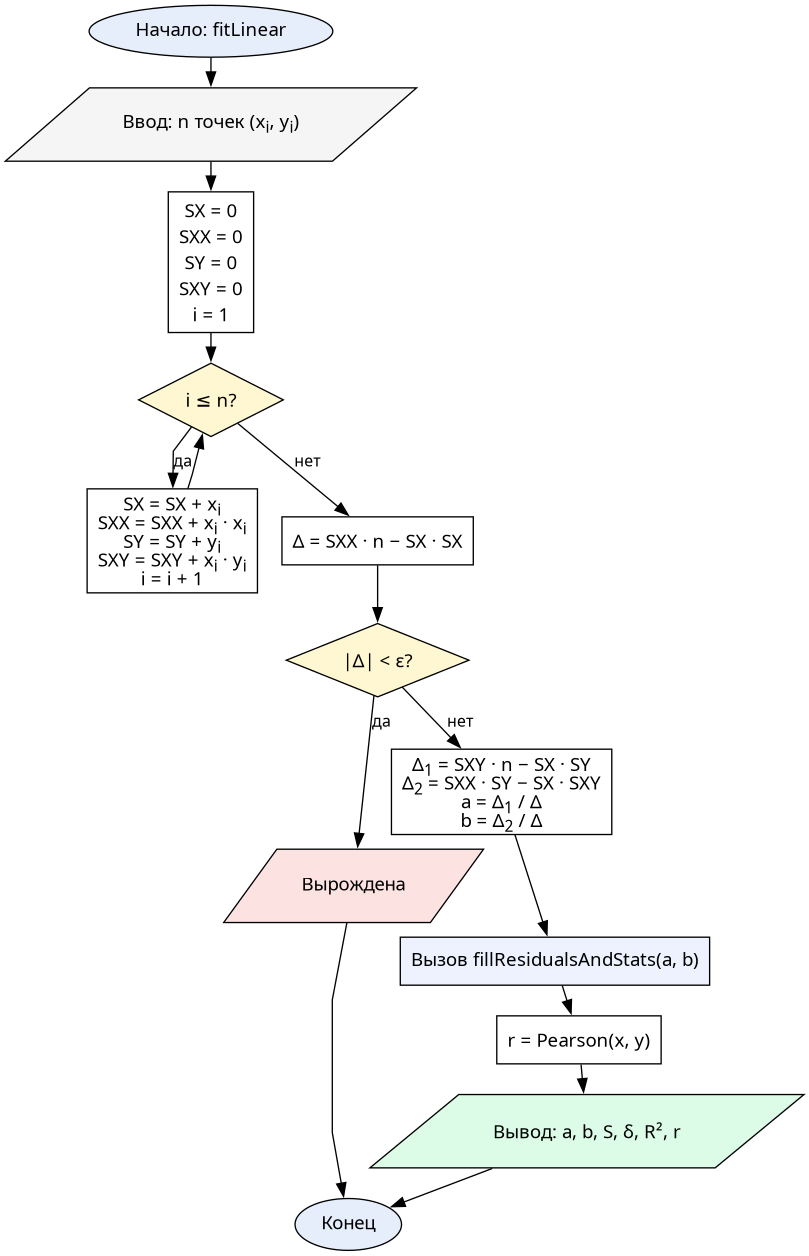
Earlier version of the Graphviz export reports/resources/flowcharts/ls_linear.png (Oriptal/calc-math-lab2). Its source is kept beside it as reports/resources/flowcharts/ls_linear.dot.
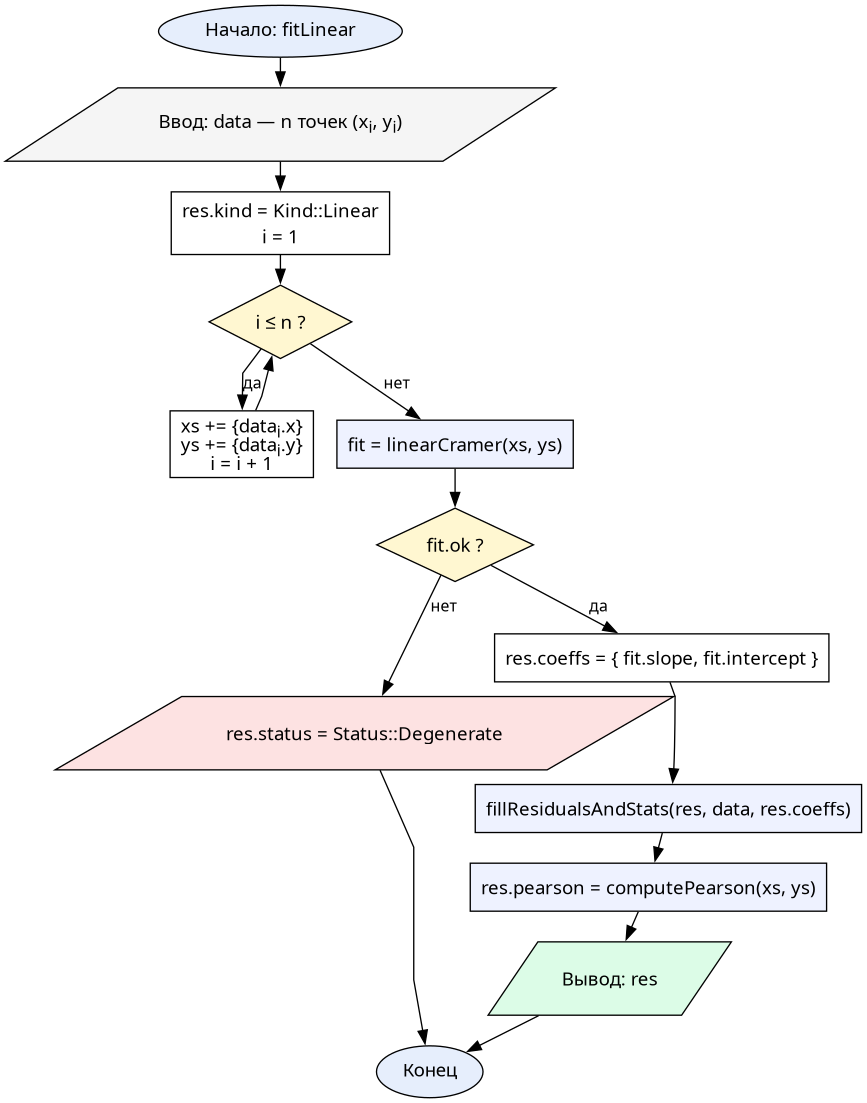
The same diagram one commit later.

The edit, as a diff of the source:
```diff
@@ -4,26 +4,28 @@
   edge  [fontname="CMU Serif", fontsize=12, color="#000000"]
 
   start  [label="Начало: fitLinear", shape=oval, fillcolor="#e6eefc"]
-  input  [label=<Ввод: n точек (x<SUB>i</SUB>, y<SUB>i</SUB>)>, shape=parallelogram, fillcolor="#f5f5f5"]
-  zero   [label=<SX = 0<BR/>SXX = 0<BR/>SY = 0<BR/>SXY = 0<BR/>i = 1>, shape=box]
-  loop   [label=<i ≤ n?>, shape=diamond, fillcolor="#fff7d1"]
-  body   [label=<SX = SX + x<SUB>i</SUB><BR/>SXX = SXX + x<SUB>i</SUB> · x<SUB>i</SUB><BR/>SY = SY + y<SUB>i</SUB><BR/>SXY = SXY + x<SUB>i</SUB> · y<SUB>i</SUB><BR/>i = i + 1>, shape=box]
-  det    [label=<Δ = SXX · n − SX · SX>, shape=box]
-  check  [label=<|Δ| &lt; ε?>, shape=diamond, fillcolor="#fff7d1"]
-  degen  [label="Вырождена", shape=parallelogram, fillcolor="#fde2e2"]
-  cramer [label=<Δ<SUB>1</SUB> = SXY · n − SX · SY<BR/>Δ<SUB>2</SUB> = SXX · SY − SX · SXY<BR/>a = Δ<SUB>1</SUB> / Δ<BR/>b = Δ<SUB>2</SUB> / Δ>, shape=box]
-  stats  [label="Вызов fillResidualsAndStats(a, b)", shape=box, fillcolor="#eef2ff"]
-  pear   [label=<r = Pearson(x, y)>, shape=box]
-  output [label=<Вывод: a, b, S, δ, R², r>, shape=parallelogram, fillcolor="#dcfce7"]
+  input  [label=<Ввод: data — n точек (x<SUB>i</SUB>, y<SUB>i</SUB>)>, shape=parallelogram, fillcolor="#f5f5f5"]
+  initRes [label=<res.kind = Kind::Linear<BR/>i = 1>, shape=box]
+  chkLoop [label=<i ≤ n ?>, shape=diamond, fillcolor="#fff7d1"]
+  copy    [label=<xs += {data<SUB>i</SUB>.x}<BR/>ys += {data<SUB>i</SUB>.y}<BR/>i = i + 1>, shape=box]
+
+  reg    [label=<fit = linearCramer(xs, ys)>, shape=box, fillcolor="#eef2ff"]
+  chkOk  [label=<fit.ok ?>, shape=diamond, fillcolor="#fff7d1"]
+  degen  [label=<res.status = Status::Degenerate>, shape=parallelogram, fillcolor="#fde2e2"]
+
+  setc   [label=<res.coeffs = { fit.slope, fit.intercept }>, shape=box]
+  stats  [label=<fillResidualsAndStats(res, data, res.coeffs)>, shape=box, fillcolor="#eef2ff"]
+  pear   [label=<res.pearson = computePearson(xs, ys)>, shape=box, fillcolor="#eef2ff"]
+  output [label=<Вывод: res>, shape=parallelogram, fillcolor="#dcfce7"]
   stop   [label="Конец", shape=oval, fillcolor="#e6eefc"]
 
-  start -> input -> zero -> loop
-  loop -> body [label="да"]
-  body -> loop
-  loop -> det [label="нет"]
-  det -> check
-  check -> degen [label="да"]
+  start -> input -> initRes -> chkLoop
+  chkLoop -> copy [label="да"]
+  copy -> chkLoop
+  chkLoop -> reg [label="нет"]
+  reg -> chkOk
+  chkOk -> degen [label="нет"]
   degen -> stop
-  check -> cramer [label="нет"]
-  cramer -> stats -> pear -> output -> stop
+  chkOk -> setc [label="да"]
+  setc -> stats -> pear -> output -> stop
 }
```
